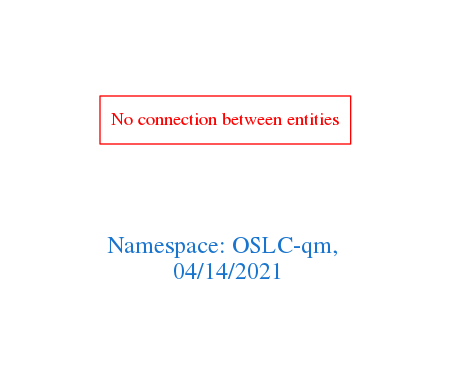
This is downloads/OSLC-qm.png from arago/OGIT, a Graphviz export, as it was before one commit. Its source is kept beside it as downloads/OSLC-qm.dot.
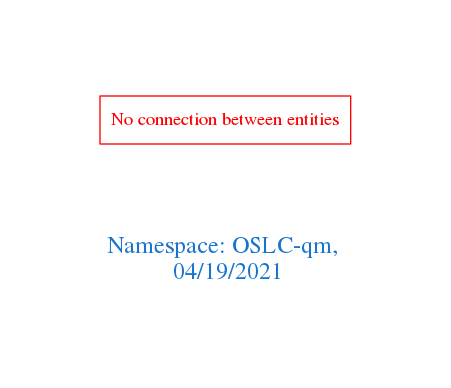
Above is the later version.

Change to the diagram source:
```diff
@@ -1,7 +1,7 @@
 digraph OGIT_ontology {
  graph [ rankdir= LR,pad=1
 fontsize = 18,
-fontcolor= dodgerblue3,label = "\n\n\nNamespace: OSLC-qm, \n 04/14/2021"];
+fontcolor= dodgerblue3,label = "\n\n\nNamespace: OSLC-qm, \n 04/19/2021"];
 node[shape=polygon];
 edge [  color="gray81"];
 
```
